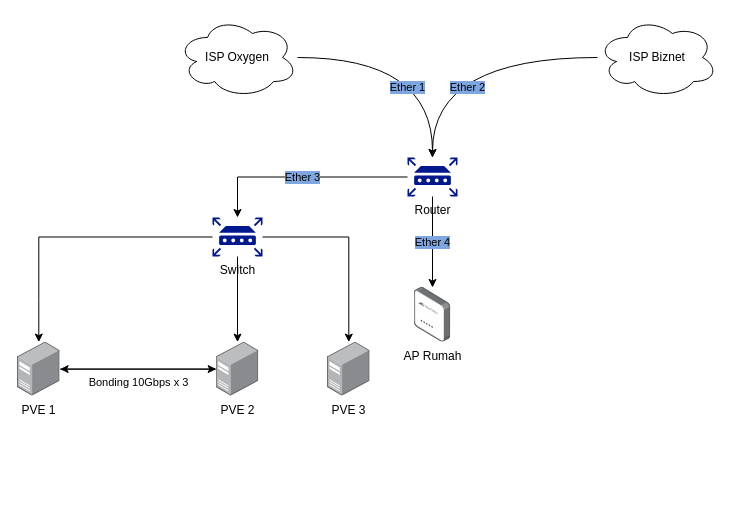
This is drawio/Network Topology Bullnium.drawio from WaxArsatia/Random, a draw.io file, before an edit. Source tidied: cells renumbered, new cells numbered last; positions are measured from the earlier drawing's top-left corner, leaving out a move shared by most shapes. Both pictures are drawn from the tidied source at 100%, with x=0, y=0 at pixel (17, 17).
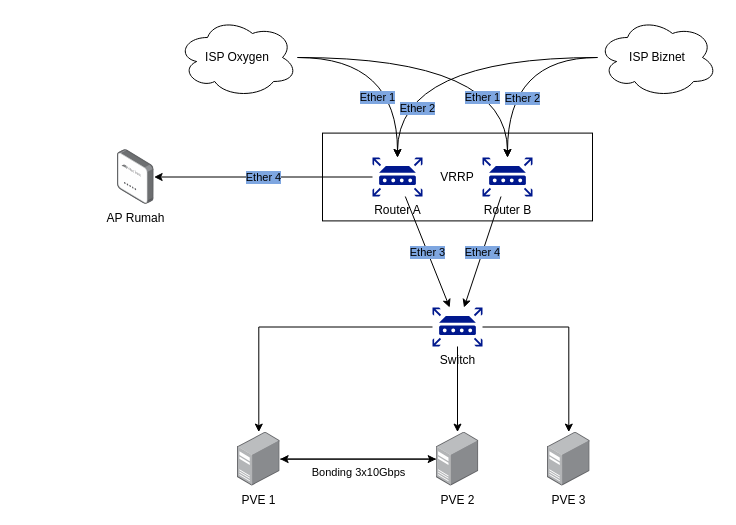
The same page after the edit.

The change refers to these unchanged cells:
```xml
<mxCell id="6" value="ISP Biznet" style="ellipse;shape=cloud;whiteSpace=wrap;html=1;" parent="1" vertex="1">
  <mxGeometry x="580" width="120" height="80" as="geometry" />
</mxCell>
<mxCell id="8" value="ISP Oxygen" style="ellipse;shape=cloud;whiteSpace=wrap;html=1;" parent="1" vertex="1">
  <mxGeometry x="160" width="120" height="80" as="geometry" />
</mxCell>
```

What changed in the source:
```diff
@@
+    <mxCell id="19" value="VRRP" style="rounded=0;whiteSpace=wrap;html=1;" parent="1" vertex="1">
+      <mxGeometry x="305" y="115.6" width="270" height="87.8" as="geometry" />
+    </mxCell>
-    <mxCell id="2" value="Ether 3" style="edgeStyle=orthogonalEdgeStyle;rounded=0;jettySize=auto;html=1;labelBackgroundColor=#7EA6E0;" parent="1" edge="1" source="4" target="12">
+    <mxCell id="2" value="Ether 3" style="rounded=0;jettySize=auto;html=1;labelBackgroundColor=#7EA6E0;" parent="1" edge="1" source="4" target="12">
       <mxGeometry relative="1" as="geometry" />
     </mxCell>
@@
-    <mxCell id="4" value="Router" style="sketch=0;shadow=0;dashed=0;html=1;strokeColor=none;labelPosition=center;verticalLabelPosition=bottom;verticalAlign=top;align=center;fillColor=#00188D;shape=mxgraph.mscae.enterprise.router;" parent="1" vertex="1">
-      <mxGeometry x="390" y="140" width="50" height="39" as="geometry" />
+    <mxCell id="4" value="Router A" style="sketch=0;shadow=0;dashed=0;html=1;strokeColor=none;labelPosition=center;verticalLabelPosition=bottom;verticalAlign=top;align=center;fillColor=#00188D;shape=mxgraph.mscae.enterprise.router;" parent="1" vertex="1">
+      <mxGeometry x="355" y="140" width="50" height="39" as="geometry" />
     </mxCell>
     <mxCell id="5" value="Ether 2" style="edgeStyle=orthogonalEdgeStyle;rounded=0;jettySize=auto;html=1;curved=1;labelBackgroundColor=#7EA6E0;" parent="1" edge="1" source="6" target="4">
-      <mxGeometry x="-0.02" y="30" relative="1" as="geometry" />
+      <mxGeometry x="0.67" y="20" relative="1" as="geometry" />
     </mxCell>
@@
     <mxCell id="7" value="Ether 1" style="edgeStyle=orthogonalEdgeStyle;rounded=0;jettySize=auto;html=1;curved=1;labelBackgroundColor=#7EA6E0;" parent="1" edge="1" source="8" target="4">
-      <mxGeometry x="0.4" y="-25" relative="1" as="geometry" />
+      <mxGeometry x="0.4" y="-20" relative="1" as="geometry" />
     </mxCell>
@@
     <mxCell id="12" value="Switch" style="sketch=0;shadow=0;dashed=0;html=1;strokeColor=none;labelPosition=center;verticalLabelPosition=bottom;verticalAlign=top;align=center;fillColor=#00188D;shape=mxgraph.mscae.enterprise.router;" parent="1" vertex="1">
-      <mxGeometry x="195" y="200" width="50" height="39" as="geometry" />
+      <mxGeometry x="415" y="290" width="50" height="39" as="geometry" />
     </mxCell>
     <mxCell id="13" value="AP Rumah" style="image;points=[];html=1;align=center;shadow=0;dashed=0;image=img/lib/allied_telesis/wireless/Access_Point_Indoor.svg;" parent="1" vertex="1">
-      <mxGeometry x="396.7" y="270" width="36.6" height="54.6" as="geometry" />
+      <mxGeometry x="100" y="132.2" width="36.6" height="54.6" as="geometry" />
     </mxCell>
@@
     <mxCell id="15" value="PVE 1" style="image;points=[];html=1;align=center;shadow=0;dashed=0;image=img/lib/allied_telesis/computer_and_terminals/Server_Desktop.svg;" parent="1" vertex="1">
-      <mxGeometry y="324.6" width="42.6" height="54" as="geometry" />
+      <mxGeometry x="220" y="414.6" width="42.6" height="54" as="geometry" />
     </mxCell>
-    <mxCell id="16" value="&lt;div&gt;Bonding 10Gbps x 3&lt;/div&gt;" style="edgeStyle=orthogonalEdgeStyle;rounded=0;jettySize=auto;html=1;verticalAlign=top;" parent="1" edge="1" source="17" target="15">
+    <mxCell id="16" value="&lt;div&gt;Bonding 3x10Gbps&lt;br&gt;&lt;/div&gt;" style="edgeStyle=orthogonalEdgeStyle;rounded=0;jettySize=auto;html=1;verticalAlign=top;" parent="1" edge="1" source="17" target="15">
       <mxGeometry relative="1" as="geometry" />
     </mxCell>
     <mxCell id="17" value="PVE 2" style="image;points=[];html=1;align=center;shadow=0;dashed=0;image=img/lib/allied_telesis/computer_and_terminals/Server_Desktop.svg;" parent="1" vertex="1">
-      <mxGeometry x="198.7" y="324.6" width="42.6" height="54" as="geometry" />
+      <mxGeometry x="418.7" y="414.6" width="42.6" height="54" as="geometry" />
     </mxCell>
     <mxCell id="18" value="PVE 3" style="image;points=[];html=1;align=center;shadow=0;dashed=0;image=img/lib/allied_telesis/computer_and_terminals/Server_Desktop.svg;" parent="1" vertex="1">
-      <mxGeometry x="310" y="324.6" width="42.6" height="54" as="geometry" />
+      <mxGeometry x="530" y="414.6" width="42.6" height="54" as="geometry" />
     </mxCell>
+    <mxCell id="20" value="Router B" style="sketch=0;shadow=0;dashed=0;html=1;strokeColor=none;labelPosition=center;verticalLabelPosition=bottom;verticalAlign=top;align=center;fillColor=#00188D;shape=mxgraph.mscae.enterprise.router;" parent="1" vertex="1">
+      <mxGeometry x="465" y="140" width="50" height="39" as="geometry" />
+    </mxCell>
+    <mxCell id="21" value="Ether 1" style="edgeStyle=orthogonalEdgeStyle;rounded=0;jettySize=auto;html=1;curved=1;labelBackgroundColor=#7EA6E0;" parent="1" edge="1" source="8" target="20">
+      <mxGeometry x="0.61" y="-25" relative="1" as="geometry" />
+    </mxCell>
+    <mxCell id="22" value="Ether 2" style="edgeStyle=orthogonalEdgeStyle;rounded=0;jettySize=auto;html=1;curved=1;labelBackgroundColor=#7EA6E0;" parent="1" edge="1" source="6" target="20">
+      <mxGeometry x="0.38" y="15" relative="1" as="geometry" />
+    </mxCell>
+    <mxCell id="23" value="Ether 4" style="rounded=0;jettySize=auto;html=1;labelBackgroundColor=#7EA6E0;" parent="1" edge="1" source="20" target="12">
+      <mxGeometry relative="1" as="geometry" />
+    </mxCell>
```
